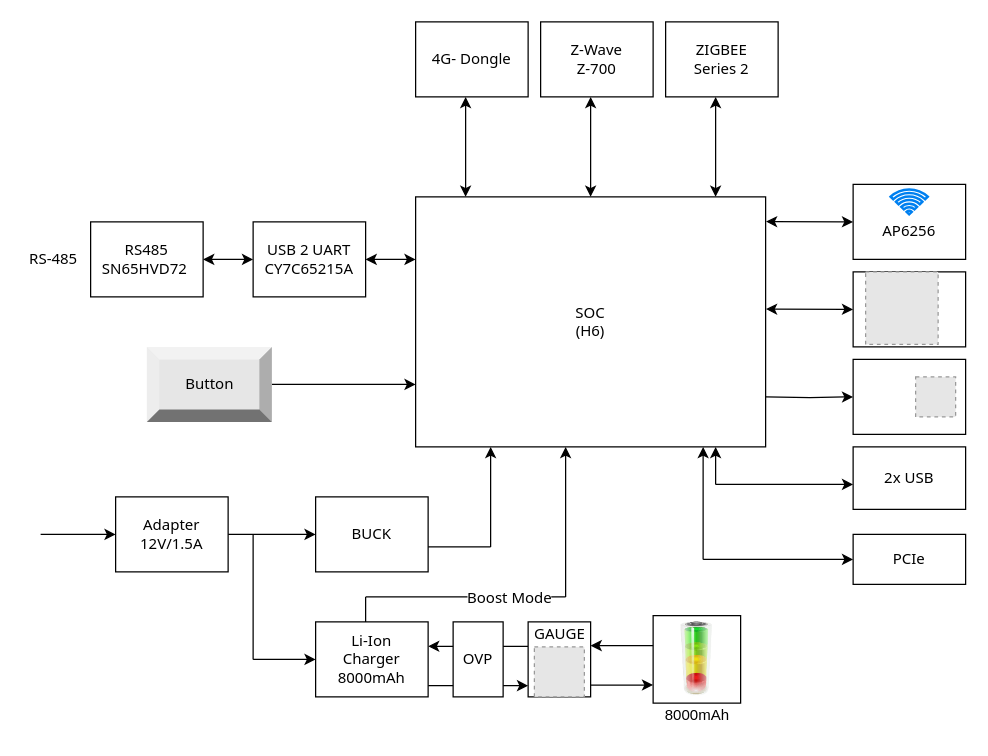
anhvanthe/01_my_drawio keeps this draw.io diagram as gateway.drawio. Above is the earlier version. Source tidied: cells renumbered, new cells numbered last; positions are measured from the earlier drawing's top-left corner, leaving out a move shared by most shapes. Both pictures are drawn from the tidied source at 125%, with x=0, y=0 at pixel (21, 21). Pictures stored in the file or linked from it are replaced by grey dashed boxes.
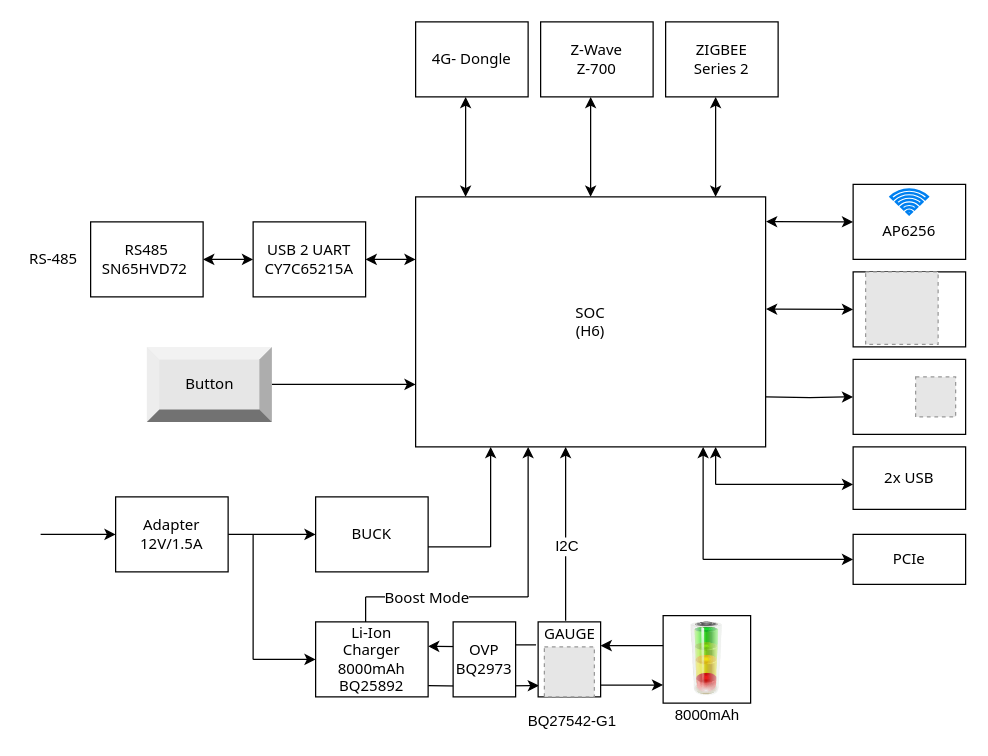
The same diagram, later.

Change to the diagram source:
```diff
@@
-    <mxCell id="2" style="edgeStyle=orthogonalEdgeStyle;rounded=0;orthogonalLoop=1;jettySize=auto;html=1;fontFamily=Tahoma;" parent="1" edge="1">
+    <mxCell id="2" style="edgeStyle=orthogonalEdgeStyle;rounded=0;jettySize=auto;html=1;fontFamily=Tahoma;exitX=-0.033;exitY=0.917;exitDx=0;exitDy=0;exitPerimeter=0;" parent="1" edge="1" source="19">
       <mxGeometry relative="1" as="geometry">
-        <mxPoint x="405" y="499.5" as="sourcePoint" />
         <mxPoint x="325" y="499.5" as="targetPoint" />
       </mxGeometry>
     </mxCell>
     <mxCell id="3" style="whiteSpace=wrap;html=1;fontFamily=Tahoma;" parent="1" vertex="1">
-      <mxGeometry x="505" y="475" width="70" height="70" as="geometry" />
+      <mxGeometry x="513" y="475" width="70" height="70" as="geometry" />
     </mxCell>
@@
-    <mxCell id="11" style="edgeStyle=orthogonalEdgeStyle;rounded=0;orthogonalLoop=1;jettySize=auto;html=1;fontFamily=Tahoma;" parent="1" edge="1">
+    <mxCell id="11" style="edgeStyle=orthogonalEdgeStyle;rounded=0;jettySize=auto;html=1;fontFamily=Tahoma;entryX=0.013;entryY=0.85;entryDx=0;entryDy=0;entryPerimeter=0;" parent="1" edge="1" target="17">
       <mxGeometry relative="1" as="geometry">
         <mxPoint x="325" y="531" as="sourcePoint" />
-        <mxPoint x="405" y="531" as="targetPoint" />
       </mxGeometry>
     </mxCell>
-    <mxCell id="12" value="Li-Ion&lt;br&gt;Charger&lt;br&gt;8000mAh" style="rounded=0;whiteSpace=wrap;html=1;fontFamily=Tahoma;" parent="1" vertex="1">
+    <mxCell id="12" value="Li-Ion&lt;br&gt;Charger&lt;br&gt;8000mAh&lt;br&gt;BQ25892" style="rounded=0;whiteSpace=wrap;html=1;fontFamily=Tahoma;" parent="1" vertex="1">
       <mxGeometry x="235" y="480" width="90" height="60" as="geometry" />
     </mxCell>
@@
     <mxCell id="15" style="image;html=1;labelBackgroundColor=#ffffff;image=img/lib/clip_art/general/Battery_allstates_128x128.png;fontFamily=Tahoma;" parent="1" vertex="1">
-      <mxGeometry x="510" y="480" width="60" height="60" as="geometry" />
+      <mxGeometry x="518" y="480" width="60" height="60" as="geometry" />
     </mxCell>
-    <mxCell id="16" value="OVP" style="rounded=0;whiteSpace=wrap;html=1;fontFamily=Tahoma;" parent="1" vertex="1">
-      <mxGeometry x="345" y="480" width="40" height="60" as="geometry" />
+    <mxCell id="16" value="OVP&lt;br&gt;BQ2973" style="rounded=0;whiteSpace=wrap;html=1;fontFamily=Tahoma;" parent="1" vertex="1">
+      <mxGeometry x="345" y="480" width="50" height="60" as="geometry" />
     </mxCell>
     <mxCell id="17" style="rounded=0;whiteSpace=wrap;html=1;fontFamily=Tahoma;" parent="1" vertex="1">
-      <mxGeometry x="405" y="480" width="50" height="60" as="geometry" />
+      <mxGeometry x="413" y="480" width="50" height="60" as="geometry" />
     </mxCell>
     <mxCell id="18" style="fillColor=#E6E6E6;strokeColor=#999999;dashed=1;html=1;verticalAlign=top;verticalLabelPosition=bottom;labelBackgroundColor=#ffffff;fontFamily=Tahoma;" parent="1" vertex="1">
-      <mxGeometry x="410" y="500" width="40" height="40" as="geometry" />
+      <mxGeometry x="418" y="500" width="40" height="40" as="geometry" />
     </mxCell>
     <mxCell id="19" value="GAUGE" style="text;html=1;align=center;verticalAlign=middle;points=[];fontFamily=Tahoma;" parent="1" vertex="1">
-      <mxGeometry x="405" y="480" width="50" height="20" as="geometry" />
+      <mxGeometry x="413" y="480" width="50" height="20" as="geometry" />
     </mxCell>
     <mxCell id="20" style="edgeStyle=orthogonalEdgeStyle;rounded=0;orthogonalLoop=1;jettySize=auto;html=1;fontFamily=Tahoma;" parent="1" edge="1">
       <mxGeometry relative="1" as="geometry">
-        <mxPoint x="455" y="530.5" as="sourcePoint" />
-        <mxPoint x="505" y="530.5" as="targetPoint" />
+        <mxPoint x="463" y="530.5" as="sourcePoint" />
+        <mxPoint x="513" y="530.5" as="targetPoint" />
       </mxGeometry>
     </mxCell>
     <mxCell id="21" style="edgeStyle=orthogonalEdgeStyle;rounded=0;orthogonalLoop=1;jettySize=auto;html=1;fontFamily=Tahoma;" parent="1" edge="1">
       <mxGeometry relative="1" as="geometry">
-        <mxPoint x="505" y="499" as="sourcePoint" />
-        <mxPoint x="455" y="499" as="targetPoint" />
+        <mxPoint x="513" y="499" as="sourcePoint" />
+        <mxPoint x="463" y="499" as="targetPoint" />
       </mxGeometry>
     </mxCell>
     <mxCell id="22" style="endArrow=classic;html=1;fontFamily=Tahoma;" parent="1" edge="1">
       <mxGeometry relative="1" as="geometry">
-        <mxPoint x="435" y="460" as="sourcePoint" />
-        <mxPoint x="435" y="340" as="targetPoint" />
+        <mxPoint x="405" y="460" as="sourcePoint" />
+        <mxPoint x="405" y="340" as="targetPoint" />
       </mxGeometry>
     </mxCell>
@@
     <mxCell id="24" style="endArrow=none;html=1;fontFamily=Tahoma;" parent="1" edge="1">
       <mxGeometry relative="1" as="geometry">
         <mxPoint x="275" y="460" as="sourcePoint" />
-        <mxPoint x="435" y="460" as="targetPoint" />
+        <mxPoint x="405" y="460" as="targetPoint" />
       </mxGeometry>
     </mxCell>
     <mxCell id="25" value="Boost Mode" style="text;html=1;align=center;verticalAlign=middle;labelBackgroundColor=#ffffff;fontFamily=Tahoma;" parent="24" vertex="1">
-      <mxGeometry x="0.42" relative="1" as="geometry" />
+      <mxGeometry x="0.42" relative="1" as="geometry">
+        <mxPoint x="-43.5" as="offset" />
+      </mxGeometry>
     </mxCell>
@@
     <mxCell id="48" value="8000mAh" style="text;html=1;align=center;verticalAlign=middle;" parent="1" vertex="1">
-      <mxGeometry x="505" y="545" width="70" height="20" as="geometry" />
+      <mxGeometry x="513" y="545" width="70" height="20" as="geometry" />
     </mxCell>
@@
+    <mxCell id="55" value="BQ27542-G1" style="text;html=1;align=center;verticalAlign=middle;" parent="1" vertex="1">
+      <mxGeometry x="395" y="550" width="90" height="20" as="geometry" />
+    </mxCell>
+    <mxCell id="56" style="endArrow=classic;html=1;fontFamily=Tahoma;" parent="1" edge="1">
+      <mxGeometry relative="1" as="geometry">
+        <mxPoint x="435" y="479" as="sourcePoint" />
+        <mxPoint x="435" y="340" as="targetPoint" />
+      </mxGeometry>
+    </mxCell>
+    <mxCell id="57" value="I2C" style="text;html=1;align=center;verticalAlign=middle;labelBackgroundColor=#ffffff;" parent="56" vertex="1">
+      <mxGeometry x="-0.53" relative="1" as="geometry">
+        <mxPoint y="-26.5" as="offset" />
+      </mxGeometry>
+    </mxCell>
```
